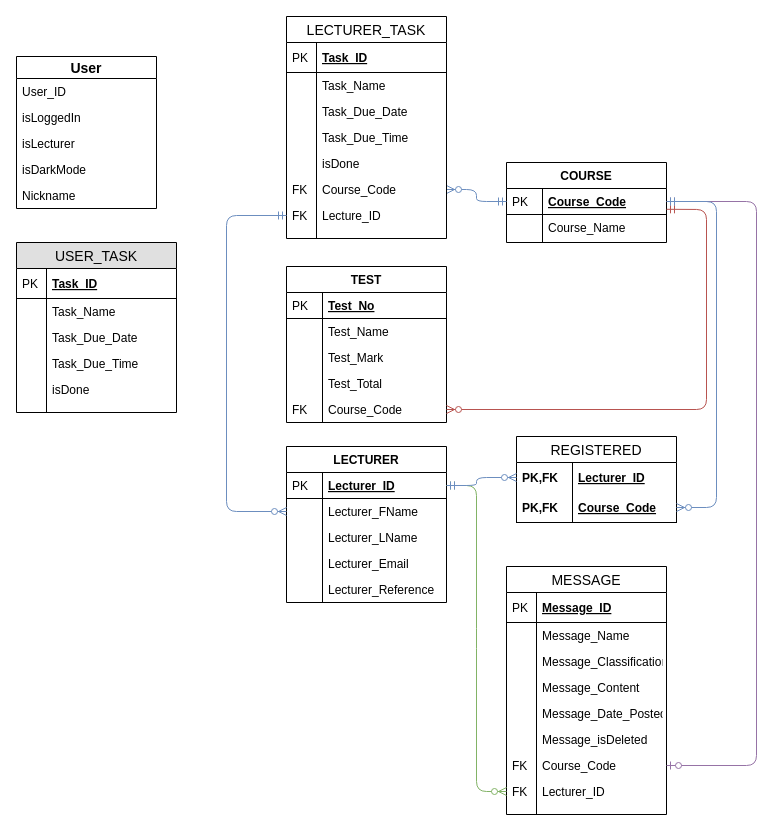
Earlier version of the draw.io diagram Other/ERDS/LocalIntialERD.drawio (Arneev/LecTrac). Source tidied: cells renumbered, new cells numbered last; positions are measured from the earlier drawing's top-left corner, leaving out a move shared by most shapes. Both pictures are drawn from the tidied source at 100%, with x=0, y=0 at pixel (16, 16).
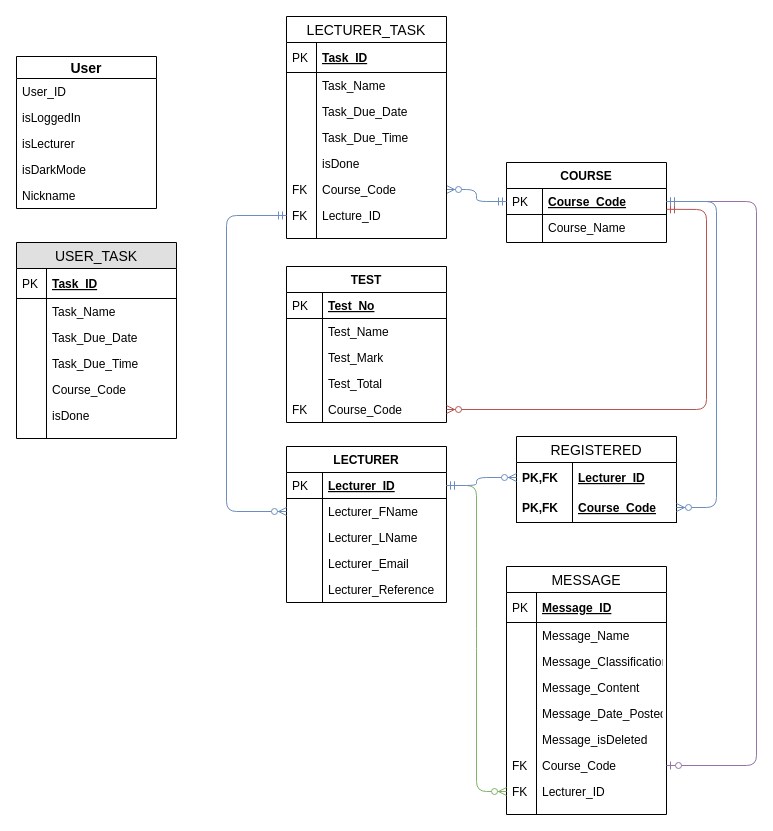
Above is the later version.

What changed in the source:
```diff
@@
     <mxCell id="78" value="USER_TASK" style="swimlane;fontStyle=0;horizontal=1;startSize=26;fillColor=#e0e0e0;swimlaneFillColor=#ffffff;align=center;fontSize=14;strokeColor=#000000;" parent="1" vertex="1">
-      <mxGeometry y="226" width="160" height="170" as="geometry" />
+      <mxGeometry y="226" width="160" height="196" as="geometry" />
     </mxCell>
@@
+    <mxCell id="98" value="Course_Code&#10;" style="shape=partialRectangle;top=0;left=0;right=0;bottom=0;align=left;verticalAlign=top;fillColor=none;spacingLeft=34;spacingRight=4;overflow=hidden;fontSize=12;" parent="78" vertex="1">
+      <mxGeometry y="134" width="160" height="26" as="geometry" />
+    </mxCell>
+    <mxCell id="99" style="shape=partialRectangle;top=0;left=0;bottom=0;fillColor=none;align=left;verticalAlign=top;spacingLeft=4;spacingRight=4;overflow=hidden;fontSize=12;" parent="98" vertex="1">
+      <mxGeometry width="30" height="26" as="geometry" />
+    </mxCell>
     <mxCell id="87" value="isDone" style="shape=partialRectangle;top=0;left=0;right=0;bottom=0;align=left;verticalAlign=top;fillColor=none;spacingLeft=34;spacingRight=4;overflow=hidden;fontSize=12;" parent="78" vertex="1">
-      <mxGeometry y="134" width="160" height="26" as="geometry" />
+      <mxGeometry y="160" width="160" height="26" as="geometry" />
     </mxCell>
@@
     <mxCell id="89" style="shape=partialRectangle;top=0;left=0;right=0;bottom=0;align=left;verticalAlign=top;fillColor=none;spacingLeft=34;spacingRight=4;overflow=hidden;fontSize=12;" parent="78" vertex="1">
-      <mxGeometry y="160" width="160" height="10" as="geometry" />
+      <mxGeometry y="186" width="160" height="10" as="geometry" />
     </mxCell>
```
